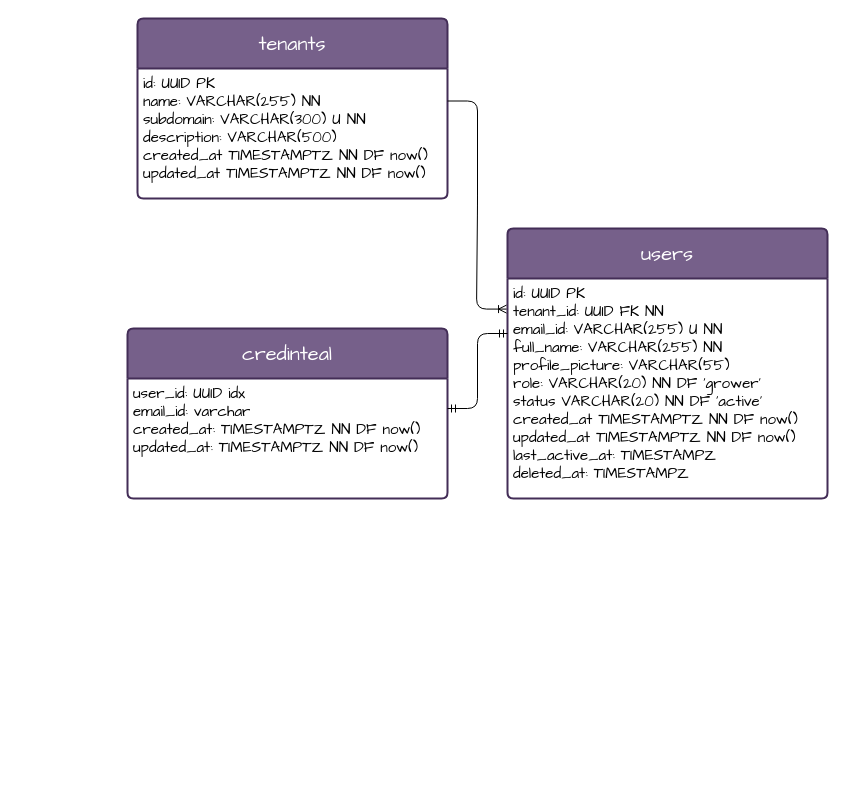
Earlier version of the draw.io diagram docs/db_diagram.drawio (harshal5-dev/farm-deck). Source tidied: cells renumbered, new cells numbered last; positions are measured from the earlier drawing's top-left corner, leaving out a move shared by most shapes. Both pictures are drawn from the tidied source at 100%, with x=0, y=0 at pixel (127, 18).
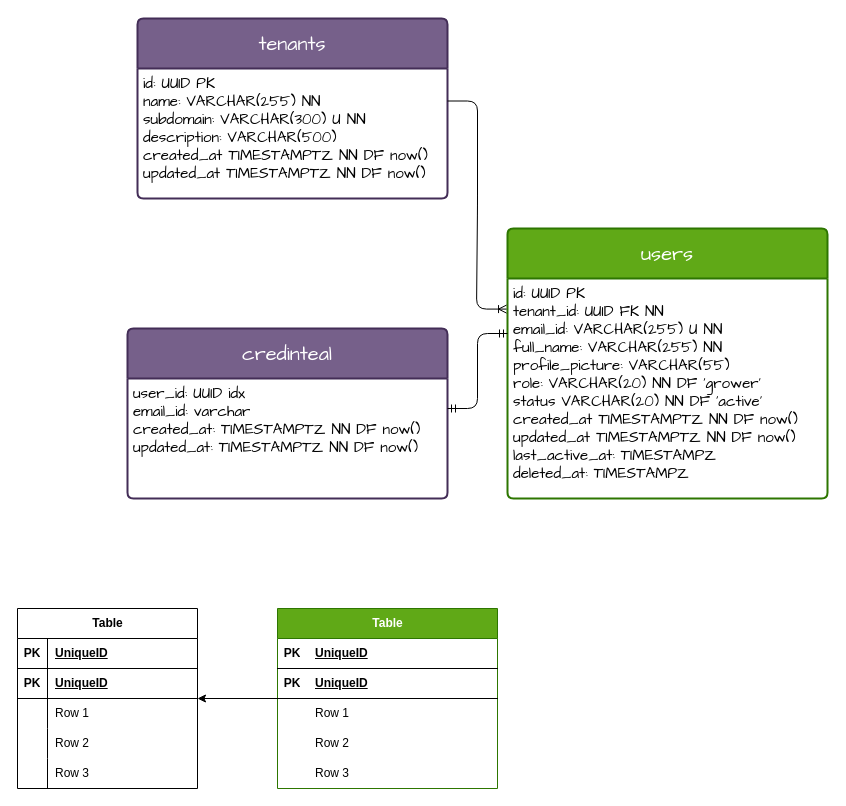
Above is the later version.

Change to the diagram source:
```diff
@@
-    <mxCell id="4" value="&lt;font face=&quot;Comic Sans MS&quot;&gt;&lt;span style=&quot;font-size: 20px;&quot;&gt;users&lt;/span&gt;&lt;/font&gt;" style="swimlane;horizontal=1;startSize=50;rounded=1;fontSize=14;fontStyle=0;strokeWidth=2;shadow=0;dashed=0;align=center;arcSize=4;whiteSpace=wrap;html=1;fillColor=#76608a;strokeColor=#432D57;fontColor=#ffffff;" parent="1" vertex="1">
+    <mxCell id="4" value="&lt;font face=&quot;Comic Sans MS&quot;&gt;&lt;span style=&quot;font-size: 20px;&quot;&gt;users&lt;/span&gt;&lt;/font&gt;" style="swimlane;horizontal=1;startSize=50;rounded=1;fontSize=14;fontStyle=0;strokeWidth=2;shadow=0;dashed=0;align=center;arcSize=4;whiteSpace=wrap;html=1;fillColor=#60a917;strokeColor=#2D7600;fontColor=#ffffff;" parent="1" vertex="1">
       <mxGeometry x="380" y="210" width="320" height="270" as="geometry" />
     </mxCell>
@@
+    <mxCell id="10" style="edgeStyle=orthogonalEdgeStyle;rounded=0;jettySize=auto;html=1;" parent="1" edge="1" source="11" target="27">
+      <mxGeometry relative="1" as="geometry" />
+    </mxCell>
+    <mxCell id="11" value="Table" style="shape=table;startSize=30;childLayout=tableLayout;rowLines=0;fontStyle=1;align=center;html=1;fillColor=#60a917;fontColor=#ffffff;strokeColor=#2D7600;swimlaneBody=1;resizeLastRow=0;arcSize=15;absoluteArcSize=0;separatorColor=light-dark(transparent,#FFFF33);" parent="1" vertex="1">
+      <mxGeometry x="150" y="590" width="220" height="180" as="geometry" />
+    </mxCell>
+    <mxCell id="12" style="shape=tableRow;horizontal=0;startSize=0;swimlaneHead=0;swimlaneBody=0;fillColor=none;top=0;left=0;right=0;bottom=1;" parent="11" vertex="1">
+      <mxGeometry y="30" width="220" height="30" as="geometry" />
+    </mxCell>
+    <mxCell id="13" value="PK" style="shape=partialRectangle;fillColor=none;top=0;left=0;bottom=0;right=0;fontStyle=1;overflow=hidden;whiteSpace=wrap;html=1;" parent="12" vertex="1">
+      <mxGeometry width="30" height="30" as="geometry" />
+    </mxCell>
+    <mxCell id="14" value="UniqueID" style="shape=partialRectangle;fillColor=none;top=0;left=0;bottom=0;right=0;align=left;spacingLeft=6;fontStyle=5;overflow=hidden;whiteSpace=wrap;html=1;" parent="12" vertex="1">
+      <mxGeometry x="30" width="190" height="30" as="geometry" />
+    </mxCell>
+    <mxCell id="15" style="shape=tableRow;horizontal=0;startSize=0;swimlaneHead=0;swimlaneBody=0;fillColor=none;top=0;left=0;right=0;bottom=1;" parent="11" vertex="1">
+      <mxGeometry y="60" width="220" height="30" as="geometry" />
+    </mxCell>
+    <mxCell id="16" value="PK" style="shape=partialRectangle;fillColor=none;top=0;left=0;bottom=0;right=0;fontStyle=1;overflow=hidden;whiteSpace=wrap;html=1;" parent="15" vertex="1">
+      <mxGeometry width="30" height="30" as="geometry" />
+    </mxCell>
+    <mxCell id="17" value="UniqueID" style="shape=partialRectangle;fillColor=none;top=0;left=0;bottom=0;right=0;align=left;spacingLeft=6;fontStyle=5;overflow=hidden;whiteSpace=wrap;html=1;" parent="15" vertex="1">
+      <mxGeometry x="30" width="190" height="30" as="geometry" />
+    </mxCell>
+    <mxCell id="18" style="shape=tableRow;horizontal=0;startSize=0;swimlaneHead=0;swimlaneBody=0;fillColor=none;top=0;left=0;right=0;bottom=0;" parent="11" vertex="1">
+      <mxGeometry y="90" width="220" height="30" as="geometry" />
+    </mxCell>
+    <mxCell id="19" style="shape=partialRectangle;fillColor=none;top=0;left=0;bottom=0;right=0;overflow=hidden;whiteSpace=wrap;html=1;" parent="18" vertex="1">
+      <mxGeometry width="30" height="30" as="geometry" />
+    </mxCell>
+    <mxCell id="20" value="Row 1" style="shape=partialRectangle;fillColor=none;top=0;left=0;bottom=0;right=0;align=left;spacingLeft=6;overflow=hidden;whiteSpace=wrap;html=1;" parent="18" vertex="1">
+      <mxGeometry x="30" width="190" height="30" as="geometry" />
+    </mxCell>
+    <mxCell id="21" style="shape=tableRow;horizontal=0;startSize=0;swimlaneHead=0;swimlaneBody=0;fillColor=none;top=0;left=0;right=0;bottom=0;" parent="11" vertex="1">
+      <mxGeometry y="120" width="220" height="30" as="geometry" />
+    </mxCell>
+    <mxCell id="22" style="shape=partialRectangle;fillColor=none;top=0;left=0;bottom=0;right=0;overflow=hidden;whiteSpace=wrap;html=1;" parent="21" vertex="1">
+      <mxGeometry width="30" height="30" as="geometry" />
+    </mxCell>
+    <mxCell id="23" value="Row 2" style="shape=partialRectangle;fillColor=none;top=0;left=0;bottom=0;right=0;align=left;spacingLeft=6;overflow=hidden;whiteSpace=wrap;html=1;" parent="21" vertex="1">
+      <mxGeometry x="30" width="190" height="30" as="geometry" />
+    </mxCell>
+    <mxCell id="24" style="shape=tableRow;horizontal=0;startSize=0;swimlaneHead=0;swimlaneBody=0;fillColor=none;top=0;left=0;right=0;bottom=0;" parent="11" vertex="1">
+      <mxGeometry y="150" width="220" height="30" as="geometry" />
+    </mxCell>
+    <mxCell id="25" style="shape=partialRectangle;fillColor=none;top=0;left=0;bottom=0;right=0;overflow=hidden;whiteSpace=wrap;html=1;" parent="24" vertex="1">
+      <mxGeometry width="30" height="30" as="geometry" />
+    </mxCell>
+    <mxCell id="26" value="Row 3" style="shape=partialRectangle;fillColor=none;top=0;left=0;bottom=0;right=0;align=left;spacingLeft=6;overflow=hidden;whiteSpace=wrap;html=1;" parent="24" vertex="1">
+      <mxGeometry x="30" width="190" height="30" as="geometry" />
+    </mxCell>
+    <mxCell id="27" value="Table" style="shape=table;startSize=30;childLayout=tableLayout;rowLines=0;fontStyle=1;align=center;html=1;" parent="1" vertex="1">
+      <mxGeometry x="-110" y="590" width="180" height="180" as="geometry" />
+    </mxCell>
+    <mxCell id="28" style="shape=tableRow;horizontal=0;startSize=0;swimlaneHead=0;swimlaneBody=0;fillColor=none;top=0;left=0;right=0;bottom=1;" parent="27" vertex="1">
+      <mxGeometry y="30" width="180" height="30" as="geometry" />
+    </mxCell>
+    <mxCell id="29" value="PK" style="shape=partialRectangle;fillColor=none;top=0;left=0;bottom=0;right=0;fontStyle=1;overflow=hidden;whiteSpace=wrap;html=1;" parent="28" vertex="1">
+      <mxGeometry width="30" height="30" as="geometry" />
+    </mxCell>
+    <mxCell id="30" value="UniqueID" style="shape=partialRectangle;fillColor=none;top=0;left=0;bottom=0;right=0;align=left;spacingLeft=6;fontStyle=5;overflow=hidden;whiteSpace=wrap;html=1;" parent="28" vertex="1">
+      <mxGeometry x="30" width="150" height="30" as="geometry" />
+    </mxCell>
+    <mxCell id="31" style="shape=tableRow;horizontal=0;startSize=0;swimlaneHead=0;swimlaneBody=0;fillColor=none;top=0;left=0;right=0;bottom=1;" parent="27" vertex="1">
+      <mxGeometry y="60" width="180" height="30" as="geometry" />
+    </mxCell>
+    <mxCell id="32" value="PK" style="shape=partialRectangle;fillColor=none;top=0;left=0;bottom=0;right=0;fontStyle=1;overflow=hidden;whiteSpace=wrap;html=1;" parent="31" vertex="1">
+      <mxGeometry width="30" height="30" as="geometry" />
+    </mxCell>
+    <mxCell id="33" value="UniqueID" style="shape=partialRectangle;fillColor=none;top=0;left=0;bottom=0;right=0;align=left;spacingLeft=6;fontStyle=5;overflow=hidden;whiteSpace=wrap;html=1;" parent="31" vertex="1">
+      <mxGeometry x="30" width="150" height="30" as="geometry" />
+    </mxCell>
+    <mxCell id="34" style="shape=tableRow;horizontal=0;startSize=0;swimlaneHead=0;swimlaneBody=0;fillColor=none;top=0;left=0;right=0;bottom=0;" parent="27" vertex="1">
+      <mxGeometry y="90" width="180" height="30" as="geometry" />
+    </mxCell>
+    <mxCell id="35" style="shape=partialRectangle;fillColor=none;top=0;left=0;bottom=0;right=0;overflow=hidden;whiteSpace=wrap;html=1;" parent="34" vertex="1">
+      <mxGeometry width="30" height="30" as="geometry" />
+    </mxCell>
+    <mxCell id="36" value="Row 1" style="shape=partialRectangle;fillColor=none;top=0;left=0;bottom=0;right=0;align=left;spacingLeft=6;overflow=hidden;whiteSpace=wrap;html=1;" parent="34" vertex="1">
+      <mxGeometry x="30" width="150" height="30" as="geometry" />
+    </mxCell>
+    <mxCell id="37" style="shape=tableRow;horizontal=0;startSize=0;swimlaneHead=0;swimlaneBody=0;fillColor=none;top=0;left=0;right=0;bottom=0;" parent="27" vertex="1">
+      <mxGeometry y="120" width="180" height="30" as="geometry" />
+    </mxCell>
+    <mxCell id="38" style="shape=partialRectangle;fillColor=none;top=0;left=0;bottom=0;right=0;overflow=hidden;whiteSpace=wrap;html=1;" parent="37" vertex="1">
+      <mxGeometry width="30" height="30" as="geometry" />
+    </mxCell>
+    <mxCell id="39" value="Row 2" style="shape=partialRectangle;fillColor=none;top=0;left=0;bottom=0;right=0;align=left;spacingLeft=6;overflow=hidden;whiteSpace=wrap;html=1;" parent="37" vertex="1">
+      <mxGeometry x="30" width="150" height="30" as="geometry" />
+    </mxCell>
+    <mxCell id="40" style="shape=tableRow;horizontal=0;startSize=0;swimlaneHead=0;swimlaneBody=0;fillColor=none;top=0;left=0;right=0;bottom=0;" parent="27" vertex="1">
+      <mxGeometry y="150" width="180" height="30" as="geometry" />
+    </mxCell>
+    <mxCell id="41" style="shape=partialRectangle;fillColor=none;top=0;left=0;bottom=0;right=0;overflow=hidden;whiteSpace=wrap;html=1;" parent="40" vertex="1">
+      <mxGeometry width="30" height="30" as="geometry" />
+    </mxCell>
+    <mxCell id="42" value="Row 3" style="shape=partialRectangle;fillColor=none;top=0;left=0;bottom=0;right=0;align=left;spacingLeft=6;overflow=hidden;whiteSpace=wrap;html=1;" parent="40" vertex="1">
+      <mxGeometry x="30" width="150" height="30" as="geometry" />
+    </mxCell>
```
